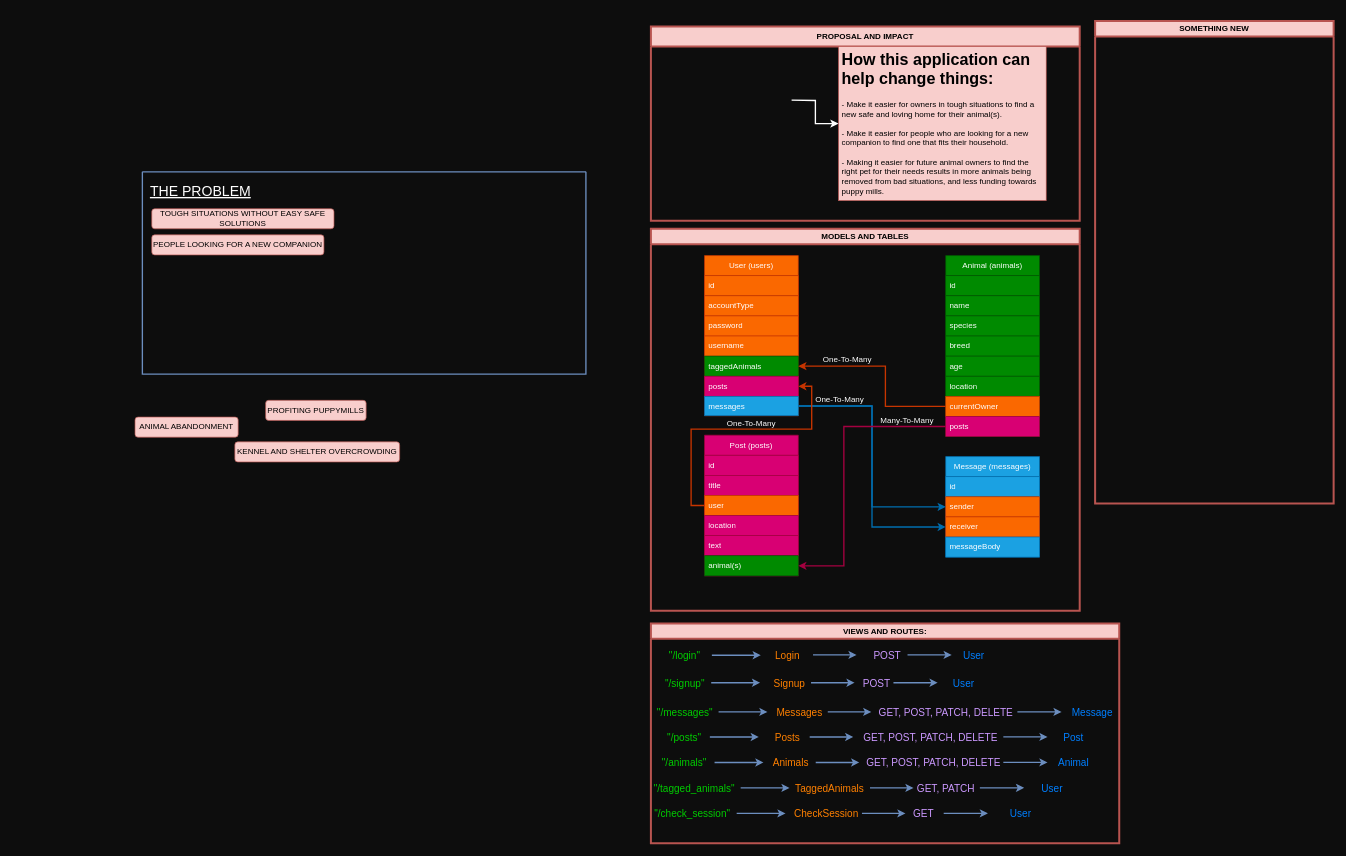
Above: Untitled Diagram.drawio in kammau/Animal-Share (draw.io), before the change. Source tidied: cells renumbered, new cells numbered last; positions are measured from the earlier drawing's top-left corner, leaving out a move shared by most shapes. Both pictures are drawn from the tidied source at 67%, with x=0, y=0 at pixel (135, 21).
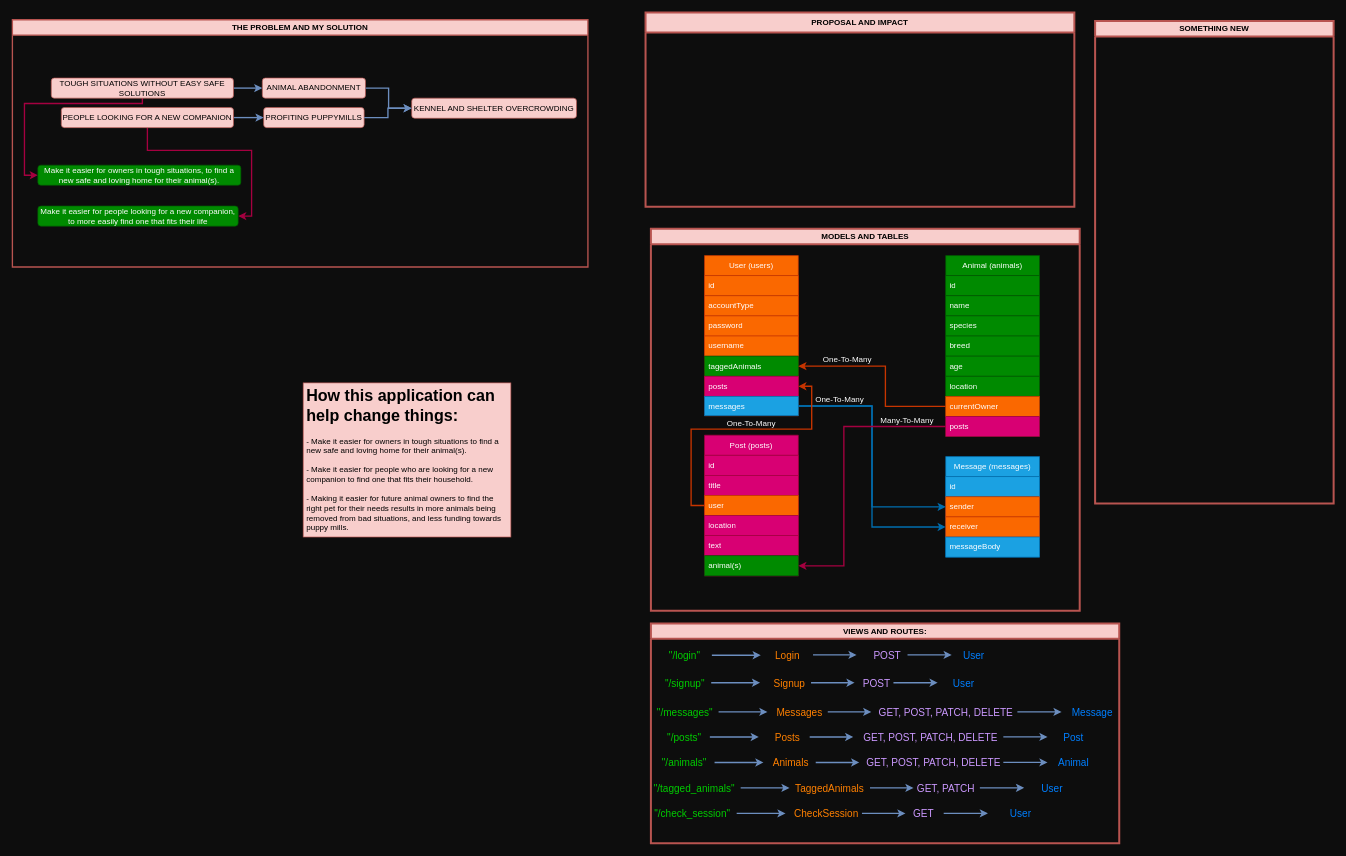
Above is the later version.

Change to the diagram source:
```diff
@@
     <mxCell id="2" value="PROPOSAL AND IMPACT" style="swimlane;whiteSpace=wrap;html=1;startSize=30;fillColor=#f8cecc;strokeColor=#b85450;strokeWidth=3;" parent="1" vertex="1">
-      <mxGeometry x="770" y="8" width="640" height="290" as="geometry" />
+      <mxGeometry x="762" y="-13" width="640" height="290" as="geometry" />
     </mxCell>
-    <mxCell id="3" value="&lt;h1&gt;How this application can help change things:&lt;/h1&gt;&lt;div&gt;- Make it easier for owners in tough situations to find a new safe and loving home for their animal(s).&lt;/div&gt;&lt;div&gt;&lt;br&gt;&lt;/div&gt;&lt;div&gt;- Make it easier for people who are looking for a new companion to find one that fits their household.&lt;/div&gt;&lt;div&gt;&lt;br&gt;&lt;/div&gt;&lt;div&gt;- Making it easier for future animal owners to find the right pet for their needs results in more animals being removed from bad situations, and less funding towards puppy mills.&lt;/div&gt;" style="text;html=1;strokeColor=#b85450;fillColor=#f8cecc;spacing=5;spacingTop=-20;whiteSpace=wrap;overflow=hidden;rounded=0;" parent="2" vertex="1">
-      <mxGeometry x="280" y="30" width="310" height="230" as="geometry" />
-    </mxCell>
-    <mxCell id="4" style="edgeStyle=orthogonalEdgeStyle;rounded=0;jettySize=auto;html=1;strokeColor=#FFFFFF;strokeWidth=2;" parent="2" edge="1" target="3">
-      <mxGeometry relative="1" as="geometry">
-        <mxPoint x="210" y="110" as="sourcePoint" />
-      </mxGeometry>
-    </mxCell>
@@
-    <mxCell id="95" style="swimlane;startSize=0;fillColor=#dae8fc;strokeColor=#6c8ebf;strokeWidth=2;" parent="1" vertex="1">
-      <mxGeometry x="11" y="225" width="662" height="302" as="geometry" />
-    </mxCell>
-    <mxCell id="96" value="THE PROBLEM" style="text;html=1;strokeColor=none;fillColor=none;align=center;verticalAlign=middle;whiteSpace=wrap;rounded=0;fontColor=#FFFFFF;fontSize=21;fontStyle=4;" parent="95" vertex="1">
-      <mxGeometry x="2" y="13" width="170" height="30" as="geometry" />
-    </mxCell>
-    <mxCell id="97" value="TOUGH SITUATIONS WITHOUT EASY SAFE SOLUTIONS" style="text;html=1;strokeColor=#b85450;fillColor=#f8cecc;align=center;verticalAlign=middle;whiteSpace=wrap;rounded=1;glass=0;shadow=0;" parent="95" vertex="1">
-      <mxGeometry x="14" y="55" width="272" height="30" as="geometry" />
-    </mxCell>
-    <mxCell id="98" style="edgeStyle=orthogonalEdgeStyle;rounded=0;orthogonalLoop=1;jettySize=auto;html=1;exitX=0.5;exitY=1;exitDx=0;exitDy=0;" parent="95" edge="1" source="97" target="97">
-      <mxGeometry relative="1" as="geometry" />
-    </mxCell>
-    <mxCell id="99" value="PEOPLE LOOKING FOR A NEW COMPANION" style="text;html=1;strokeColor=#b85450;fillColor=#f8cecc;align=center;verticalAlign=middle;whiteSpace=wrap;rounded=1;" parent="95" vertex="1">
-      <mxGeometry x="14" y="94" width="257" height="30" as="geometry" />
-    </mxCell>
+    <mxCell id="103" value="THE PROBLEM AND MY SOLUTION" style="swimlane;whiteSpace=wrap;html=1;fillColor=#f8cecc;strokeColor=#b85450;strokeWidth=2;" parent="1" vertex="1">
+      <mxGeometry x="-183" y="-2" width="859" height="369" as="geometry" />
+    </mxCell>
-    <mxCell id="100" value="ANIMAL ABANDONMENT" style="text;html=1;strokeColor=#b85450;fillColor=#f8cecc;align=center;verticalAlign=middle;whiteSpace=wrap;rounded=1;" parent="1" vertex="1">
-      <mxGeometry y="591" width="154" height="30" as="geometry" />
+    <mxCell id="100" value="ANIMAL ABANDONMENT" style="text;html=1;strokeColor=#b85450;fillColor=#f8cecc;align=center;verticalAlign=middle;whiteSpace=wrap;rounded=1;" parent="103" vertex="1">
+      <mxGeometry x="373" y="87" width="154" height="30" as="geometry" />
     </mxCell>
-    <mxCell id="101" value="PROFITING PUPPYMILLS" style="text;html=1;strokeColor=#b85450;fillColor=#f8cecc;align=center;verticalAlign=middle;whiteSpace=wrap;rounded=1;" parent="1" vertex="1">
-      <mxGeometry x="195" y="566" width="150" height="30" as="geometry" />
+    <mxCell id="101" value="PROFITING PUPPYMILLS" style="text;html=1;strokeColor=#b85450;fillColor=#f8cecc;align=center;verticalAlign=middle;whiteSpace=wrap;rounded=1;" parent="103" vertex="1">
+      <mxGeometry x="375" y="131" width="150" height="30" as="geometry" />
     </mxCell>
-    <mxCell id="102" value="KENNEL AND SHELTER OVERCROWDING" style="text;html=1;strokeColor=#b85450;fillColor=#f8cecc;align=center;verticalAlign=middle;whiteSpace=wrap;rounded=1;" parent="1" vertex="1">
-      <mxGeometry x="149" y="628" width="246" height="30" as="geometry" />
+    <mxCell id="102" value="KENNEL AND SHELTER OVERCROWDING" style="text;html=1;strokeColor=#b85450;fillColor=#f8cecc;align=center;verticalAlign=middle;whiteSpace=wrap;rounded=1;" parent="103" vertex="1">
+      <mxGeometry x="596" y="117" width="246" height="30" as="geometry" />
     </mxCell>
+    <mxCell id="104" style="edgeStyle=orthogonalEdgeStyle;rounded=0;jettySize=auto;html=1;fillColor=#dae8fc;strokeColor=#6c8ebf;strokeWidth=2;" parent="103" edge="1" source="100" target="102">
+      <mxGeometry relative="1" as="geometry" />
+    </mxCell>
+    <mxCell id="105" style="edgeStyle=orthogonalEdgeStyle;rounded=0;jettySize=auto;html=1;strokeWidth=2;fillColor=#dae8fc;strokeColor=#6c8ebf;" parent="103" edge="1" source="101" target="102">
+      <mxGeometry relative="1" as="geometry" />
+    </mxCell>
+    <mxCell id="106" style="edgeStyle=orthogonalEdgeStyle;rounded=0;jettySize=auto;html=1;entryX=0;entryY=0.5;entryDx=0;entryDy=0;fillColor=#dae8fc;strokeColor=#6c8ebf;strokeWidth=2;" parent="103" edge="1" source="99" target="101">
+      <mxGeometry relative="1" as="geometry" />
+    </mxCell>
+    <mxCell id="107" style="edgeStyle=orthogonalEdgeStyle;rounded=0;jettySize=auto;html=1;entryX=1;entryY=0.5;entryDx=0;entryDy=0;fillColor=#d80073;strokeColor=#A50040;strokeWidth=2;" parent="103" edge="1" source="99" target="111">
+      <mxGeometry relative="1" as="geometry">
+        <Array as="points">
+          <mxPoint x="202" y="195" />
+          <mxPoint x="357" y="195" />
+          <mxPoint x="357" y="293" />
+        </Array>
+      </mxGeometry>
+    </mxCell>
+    <mxCell id="99" value="PEOPLE LOOKING FOR A NEW COMPANION" style="text;html=1;strokeColor=#b85450;fillColor=#f8cecc;align=center;verticalAlign=middle;whiteSpace=wrap;rounded=1;" parent="103" vertex="1">
+      <mxGeometry x="73" y="131" width="257" height="30" as="geometry" />
+    </mxCell>
+    <mxCell id="108" style="edgeStyle=orthogonalEdgeStyle;rounded=0;jettySize=auto;html=1;fillColor=#dae8fc;strokeColor=#6c8ebf;strokeWidth=2;" parent="103" edge="1" source="97" target="100">
+      <mxGeometry relative="1" as="geometry" />
+    </mxCell>
+    <mxCell id="109" style="edgeStyle=orthogonalEdgeStyle;rounded=0;jettySize=auto;html=1;entryX=0;entryY=0.5;entryDx=0;entryDy=0;strokeWidth=2;fillColor=#d80073;strokeColor=#A50040;" parent="103" edge="1" source="97" target="110">
+      <mxGeometry relative="1" as="geometry">
+        <Array as="points">
+          <mxPoint x="194" y="125" />
+          <mxPoint x="18" y="125" />
+          <mxPoint x="18" y="232" />
+        </Array>
+      </mxGeometry>
+    </mxCell>
+    <mxCell id="97" value="TOUGH SITUATIONS WITHOUT EASY SAFE SOLUTIONS" style="text;html=1;strokeColor=#b85450;fillColor=#f8cecc;align=center;verticalAlign=middle;whiteSpace=wrap;rounded=1;glass=0;shadow=0;" parent="103" vertex="1">
+      <mxGeometry x="58" y="87" width="272" height="30" as="geometry" />
+    </mxCell>
+    <mxCell id="98" style="edgeStyle=orthogonalEdgeStyle;rounded=0;orthogonalLoop=1;jettySize=auto;html=1;exitX=0.5;exitY=1;exitDx=0;exitDy=0;" parent="103" edge="1" source="97" target="97">
+      <mxGeometry relative="1" as="geometry" />
+    </mxCell>
+    <mxCell id="110" value="Make it easier for owners in tough situations, to find a new safe and loving home for their animal(s)." style="text;html=1;strokeColor=#005700;fillColor=#008a00;align=center;verticalAlign=middle;whiteSpace=wrap;rounded=1;fontColor=#FFFFFF;" parent="103" vertex="1">
+      <mxGeometry x="38" y="217" width="303" height="30" as="geometry" />
+    </mxCell>
+    <mxCell id="111" value="&lt;font color=&quot;#ffffff&quot;&gt;Make it easier for people looking for a new companion, to more easily find one that fits their life&lt;/font&gt;" style="text;html=1;strokeColor=#005700;fillColor=#008a00;align=center;verticalAlign=middle;whiteSpace=wrap;rounded=1;fontColor=#ffffff;" parent="103" vertex="1">
+      <mxGeometry x="38" y="278" width="299" height="30" as="geometry" />
+    </mxCell>
+    <mxCell id="3" value="&lt;h1&gt;How this application can help change things:&lt;/h1&gt;&lt;div&gt;- Make it easier for owners in tough situations to find a new safe and loving home for their animal(s).&lt;/div&gt;&lt;div&gt;&lt;br&gt;&lt;/div&gt;&lt;div&gt;- Make it easier for people who are looking for a new companion to find one that fits their household.&lt;/div&gt;&lt;div&gt;&lt;br&gt;&lt;/div&gt;&lt;div&gt;- Making it easier for future animal owners to find the right pet for their needs results in more animals being removed from bad situations, and less funding towards puppy mills.&lt;/div&gt;" style="text;html=1;strokeColor=#b85450;fillColor=#f8cecc;spacing=5;spacingTop=-20;whiteSpace=wrap;overflow=hidden;rounded=0;" parent="1" vertex="1">
+      <mxGeometry x="251" y="540" width="310" height="230" as="geometry" />
+    </mxCell>
```
